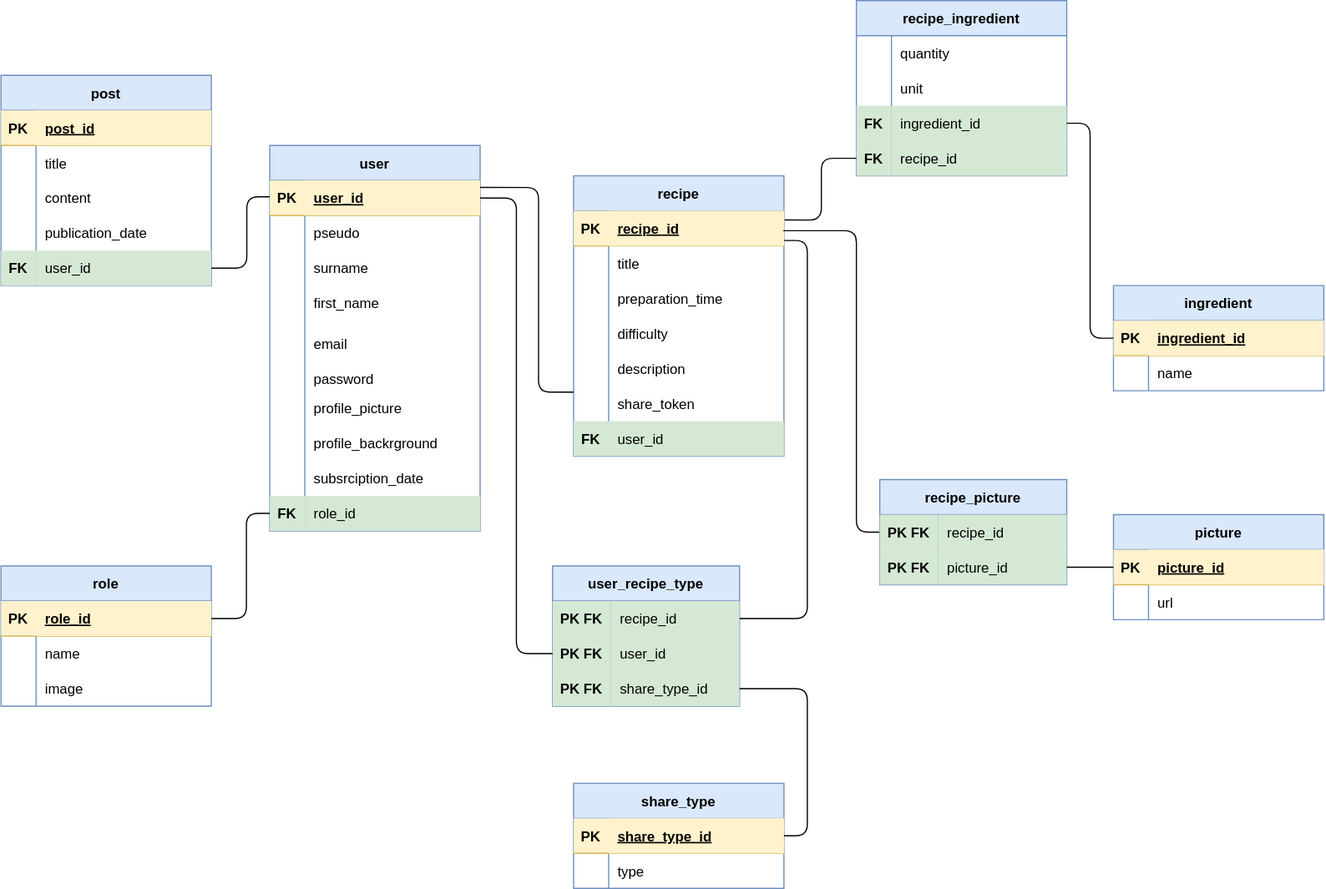
Before: code/server/merise/MLD_le_reseau_des_gourmets.drawio.svg, a diagram exported from draw.io (TigerSnowy/le_reseau_des_gourmets). Source tidied: cells renumbered, new cells last; positions are measured from the earlier drawing's top-left corner, leaving out a move shared by most shapes.
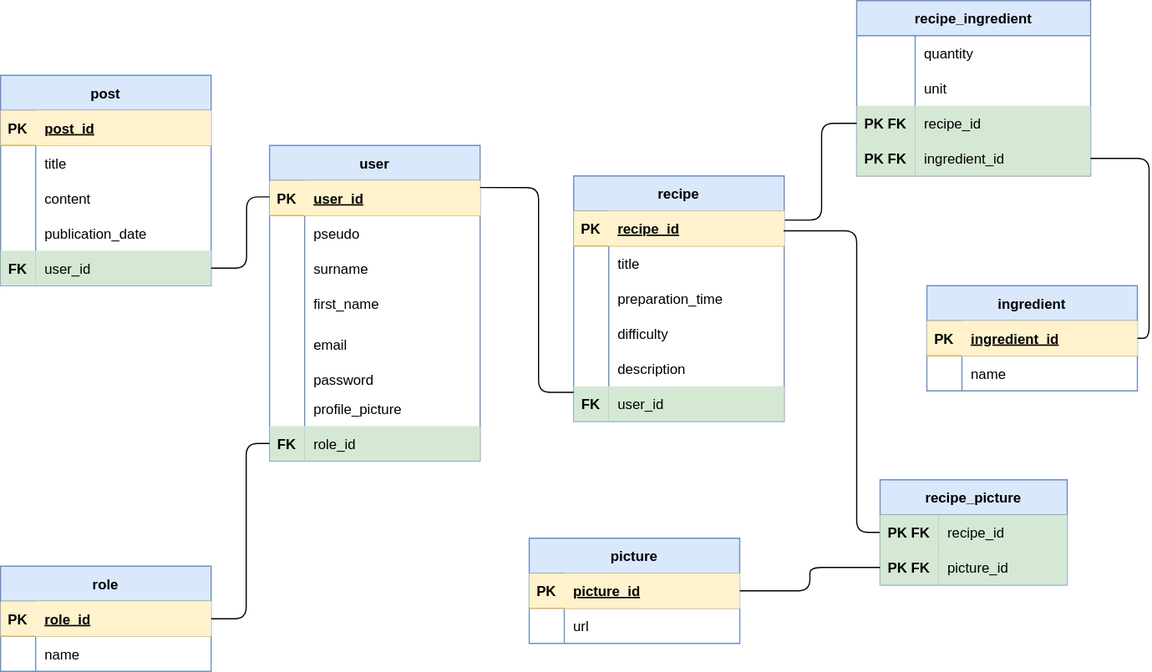
Above is the later version.

What changed in the source:
```diff
@@ -5,3 +5,3 @@
     <mxCell id="2" value="user" style="shape=table;startSize=30;rowLines=0;fontStyle=1;align=center;swimlaneFillColor=default;fillColor=#dae8fc;strokeColor=#6c8ebf;" parent="1" vertex="1">
-      <mxGeometry x="230" y="124" width="180" height="330" as="geometry" />
+      <mxGeometry x="230" y="124" width="180" height="270" as="geometry" />
     </mxCell>
@@ -70,22 +70,4 @@
     </mxCell>
-    <mxCell id="24" style="shape=tableRow;horizontal=0;startSize=0;swimlaneHead=0;swimlaneBody=0;fillColor=none;top=0;left=0;right=0;bottom=0;" parent="2" vertex="1">
-      <mxGeometry y="240" width="180" height="30" as="geometry" />
-    </mxCell>
-    <mxCell id="25" style="shape=partialRectangle;fillColor=none;top=0;left=0;bottom=0;right=0;overflow=hidden;" parent="24" vertex="1">
-      <mxGeometry width="30" height="30" as="geometry" />
-    </mxCell>
-    <mxCell id="26" value="profile_backrground" style="shape=partialRectangle;fillColor=none;top=0;left=0;bottom=0;right=0;align=left;spacingLeft=6;overflow=hidden;" parent="24" vertex="1">
-      <mxGeometry x="30" width="150" height="30" as="geometry" />
-    </mxCell>
-    <mxCell id="27" style="shape=tableRow;horizontal=0;startSize=0;swimlaneHead=0;swimlaneBody=0;fillColor=none;top=0;left=0;right=0;bottom=0;" parent="2" vertex="1">
-      <mxGeometry y="270" width="180" height="30" as="geometry" />
-    </mxCell>
-    <mxCell id="28" style="shape=partialRectangle;fillColor=none;top=0;left=0;bottom=0;right=0;overflow=hidden;" parent="27" vertex="1">
-      <mxGeometry width="30" height="30" as="geometry" />
-    </mxCell>
-    <mxCell id="29" value="subsrciption_date" style="shape=partialRectangle;fillColor=none;top=0;left=0;bottom=0;right=0;align=left;spacingLeft=6;overflow=hidden;" parent="27" vertex="1">
-      <mxGeometry x="30" width="150" height="30" as="geometry" />
-    </mxCell>
     <mxCell id="30" style="shape=tableRow;horizontal=0;startSize=0;swimlaneHead=0;swimlaneBody=0;fillColor=none;points=[[0,0.5],[1,0.5]];portConstraint=eastwest;top=0;left=0;right=0;bottom=0;" parent="2" vertex="1">
-      <mxGeometry y="300" width="180" height="30" as="geometry" />
+      <mxGeometry y="240" width="180" height="30" as="geometry" />
     </mxCell>
@@ -98,3 +80,3 @@
     <mxCell id="33" value="recipe" style="shape=table;startSize=30;rowLines=0;fontStyle=1;align=center;swimlaneFillColor=default;fillColor=#dae8fc;strokeColor=#6c8ebf;" parent="1" vertex="1">
-      <mxGeometry x="490" y="150" width="180" height="240" as="geometry" />
+      <mxGeometry x="490" y="150" width="180" height="210" as="geometry" />
     </mxCell>
@@ -145,13 +127,4 @@
     </mxCell>
-    <mxCell id="49" style="shape=tableRow;horizontal=0;startSize=0;swimlaneHead=0;swimlaneBody=0;fillColor=none;top=0;left=0;right=0;bottom=0;" parent="33" vertex="1">
-      <mxGeometry y="180" width="180" height="30" as="geometry" />
-    </mxCell>
-    <mxCell id="50" style="shape=partialRectangle;fillColor=none;top=0;left=0;bottom=0;right=0;overflow=hidden;" parent="49" vertex="1">
-      <mxGeometry width="30" height="30" as="geometry" />
-    </mxCell>
-    <mxCell id="51" value="share_token" style="shape=partialRectangle;fillColor=none;top=0;left=0;bottom=0;right=0;align=left;spacingLeft=6;overflow=hidden;" parent="49" vertex="1">
-      <mxGeometry x="30" width="150" height="30" as="geometry" />
-    </mxCell>
     <mxCell id="52" style="shape=tableRow;horizontal=0;startSize=0;swimlaneHead=0;swimlaneBody=0;fillColor=none;top=0;left=0;right=0;bottom=0;" parent="33" vertex="1">
-      <mxGeometry y="210" width="180" height="30" as="geometry" />
+      <mxGeometry y="180" width="180" height="30" as="geometry" />
     </mxCell>
@@ -232,3 +205,3 @@
     <mxCell id="73" value="role" style="shape=table;startSize=30;rowLines=0;fontStyle=1;align=center;swimlaneFillColor=default;fillColor=#dae8fc;strokeColor=#6c8ebf;" parent="1" vertex="1">
-      <mxGeometry y="484" width="180" height="120" as="geometry" />
+      <mxGeometry y="484" width="180" height="90" as="geometry" />
     </mxCell>
@@ -252,11 +225,2 @@
     </mxCell>
-    <mxCell id="80" style="shape=tableRow;horizontal=0;startSize=0;swimlaneHead=0;swimlaneBody=0;fillColor=none;top=0;left=0;right=0;bottom=0;" parent="73" vertex="1">
-      <mxGeometry y="90" width="180" height="30" as="geometry" />
-    </mxCell>
-    <mxCell id="81" style="shape=partialRectangle;fillColor=none;top=0;left=0;bottom=0;right=0;overflow=hidden;" parent="80" vertex="1">
-      <mxGeometry width="30" height="30" as="geometry" />
-    </mxCell>
-    <mxCell id="82" value="image" style="shape=partialRectangle;fillColor=none;top=0;left=0;bottom=0;right=0;align=left;spacingLeft=6;overflow=hidden;" parent="80" vertex="1">
-      <mxGeometry x="30" width="150" height="30" as="geometry" />
-    </mxCell>
     <mxCell id="83" style="edgeStyle=orthogonalEdgeStyle;html=1;entryX=0;entryY=0.5;entryDx=0;entryDy=0;exitX=1;exitY=0.5;exitDx=0;exitDy=0;endArrow=none;endFill=0;" parent="1" edge="1" source="74" target="30">
@@ -265,3 +229,3 @@
           <mxPoint x="210" y="529" />
-          <mxPoint x="210" y="439" />
+          <mxPoint x="210" y="379" />
         </Array>
@@ -270,3 +234,3 @@
     <mxCell id="84" value="picture" style="shape=table;startSize=30;rowLines=0;fontStyle=1;align=center;swimlaneFillColor=default;fillColor=#dae8fc;strokeColor=#6c8ebf;" parent="1" vertex="1">
-      <mxGeometry x="952" y="440" width="180" height="90" as="geometry" />
+      <mxGeometry x="452" y="460" width="180" height="90" as="geometry" />
     </mxCell>
@@ -291,3 +255,3 @@
     <mxCell id="91" value="ingredient" style="shape=table;startSize=30;rowLines=0;fontStyle=1;align=center;swimlaneFillColor=default;fillColor=#dae8fc;strokeColor=#6c8ebf;" parent="1" vertex="1">
-      <mxGeometry x="952" y="244" width="180" height="90" as="geometry" />
+      <mxGeometry x="792" y="244" width="180" height="90" as="geometry" />
     </mxCell>
@@ -312,44 +276,44 @@
     <mxCell id="98" value="recipe_ingredient" style="shape=table;startSize=30;rowLines=0;fontStyle=1;align=center;swimlaneFillColor=default;fillColor=#dae8fc;strokeColor=#6c8ebf;" parent="1" vertex="1">
-      <mxGeometry x="732" width="180" height="150" as="geometry" />
+      <mxGeometry x="732" width="200" height="150" as="geometry" />
     </mxCell>
     <mxCell id="99" style="shape=tableRow;horizontal=0;startSize=0;swimlaneHead=0;swimlaneBody=0;fillColor=none;top=0;left=0;right=0;bottom=0;" parent="98" vertex="1">
-      <mxGeometry y="30" width="180" height="30" as="geometry" />
+      <mxGeometry y="30" width="200" height="30" as="geometry" />
     </mxCell>
     <mxCell id="100" style="shape=partialRectangle;fillColor=none;top=0;left=0;bottom=0;right=0;overflow=hidden;" parent="99" vertex="1">
-      <mxGeometry width="30" height="30" as="geometry" />
+      <mxGeometry width="50" height="30" as="geometry" />
     </mxCell>
     <mxCell id="101" value="quantity" style="shape=partialRectangle;fillColor=none;top=0;left=0;bottom=0;right=0;align=left;spacingLeft=6;overflow=hidden;" parent="99" vertex="1">
-      <mxGeometry x="30" width="150" height="30" as="geometry" />
+      <mxGeometry x="50" width="150" height="30" as="geometry" />
     </mxCell>
     <mxCell id="102" style="shape=tableRow;horizontal=0;startSize=0;swimlaneHead=0;swimlaneBody=0;fillColor=none;top=0;left=0;right=0;bottom=0;" parent="98" vertex="1">
-      <mxGeometry y="60" width="180" height="30" as="geometry" />
+      <mxGeometry y="60" width="200" height="30" as="geometry" />
     </mxCell>
     <mxCell id="103" style="shape=partialRectangle;fillColor=none;top=0;left=0;bottom=0;right=0;overflow=hidden;" parent="102" vertex="1">
-      <mxGeometry width="30" height="30" as="geometry" />
+      <mxGeometry width="50" height="30" as="geometry" />
     </mxCell>
     <mxCell id="104" value="unit" style="shape=partialRectangle;fillColor=none;top=0;left=0;bottom=0;right=0;align=left;spacingLeft=6;overflow=hidden;" parent="102" vertex="1">
-      <mxGeometry x="30" width="150" height="30" as="geometry" />
+      <mxGeometry x="50" width="150" height="30" as="geometry" />
     </mxCell>
+    <mxCell id="108" style="shape=tableRow;horizontal=0;startSize=0;swimlaneHead=0;swimlaneBody=0;fillColor=none;points=[[0,0.5],[1,0.5]];portConstraint=eastwest;top=0;left=0;right=0;bottom=0;" parent="98" vertex="1">
+      <mxGeometry y="90" width="200" height="30" as="geometry" />
+    </mxCell>
+    <mxCell id="109" value="PK FK" style="shape=partialRectangle;fillColor=#d5e8d4;top=0;left=0;bottom=0;right=0;overflow=hidden;strokeColor=#82b366;fontStyle=1;" parent="108" vertex="1">
+      <mxGeometry width="50" height="30" as="geometry" />
+    </mxCell>
+    <mxCell id="110" value="recipe_id" style="shape=partialRectangle;fillColor=#d5e8d4;top=0;left=0;bottom=0;right=0;align=left;spacingLeft=6;overflow=hidden;strokeColor=#82b366;" parent="108" vertex="1">
+      <mxGeometry x="50" width="150" height="30" as="geometry" />
+    </mxCell>
     <mxCell id="105" style="shape=tableRow;horizontal=0;startSize=0;swimlaneHead=0;swimlaneBody=0;fillColor=none;points=[[0,0.5],[1,0.5]];portConstraint=eastwest;top=0;left=0;right=0;bottom=0;" parent="98" vertex="1">
-      <mxGeometry y="90" width="180" height="30" as="geometry" />
+      <mxGeometry y="120" width="200" height="30" as="geometry" />
     </mxCell>
-    <mxCell id="106" value="FK" style="shape=partialRectangle;fillColor=#d5e8d4;top=0;left=0;bottom=0;right=0;overflow=hidden;strokeColor=#82b366;fontStyle=1;" parent="105" vertex="1">
-      <mxGeometry width="30" height="30" as="geometry" />
+    <mxCell id="106" value="PK FK" style="shape=partialRectangle;fillColor=#d5e8d4;top=0;left=0;bottom=0;right=0;overflow=hidden;strokeColor=#82b366;fontStyle=1;" parent="105" vertex="1">
+      <mxGeometry width="50" height="30" as="geometry" />
     </mxCell>
     <mxCell id="107" value="ingredient_id" style="shape=partialRectangle;fillColor=#d5e8d4;top=0;left=0;bottom=0;right=0;align=left;spacingLeft=6;overflow=hidden;strokeColor=#82b366;" parent="105" vertex="1">
-      <mxGeometry x="30" width="150" height="30" as="geometry" />
+      <mxGeometry x="50" width="150" height="30" as="geometry" />
     </mxCell>
-    <mxCell id="108" style="shape=tableRow;horizontal=0;startSize=0;swimlaneHead=0;swimlaneBody=0;fillColor=none;points=[[0,0.5],[1,0.5]];portConstraint=eastwest;top=0;left=0;right=0;bottom=0;" parent="98" vertex="1">
-      <mxGeometry y="120" width="180" height="30" as="geometry" />
-    </mxCell>
-    <mxCell id="109" value="FK" style="shape=partialRectangle;fillColor=#d5e8d4;top=0;left=0;bottom=0;right=0;overflow=hidden;strokeColor=#82b366;fontStyle=1;" parent="108" vertex="1">
-      <mxGeometry width="30" height="30" as="geometry" />
-    </mxCell>
-    <mxCell id="110" value="recipe_id" style="shape=partialRectangle;fillColor=#d5e8d4;top=0;left=0;bottom=0;right=0;align=left;spacingLeft=6;overflow=hidden;strokeColor=#82b366;" parent="108" vertex="1">
-      <mxGeometry x="30" width="150" height="30" as="geometry" />
-    </mxCell>
-    <mxCell id="111" style="edgeStyle=orthogonalEdgeStyle;html=1;entryX=1.003;entryY=0.261;entryDx=0;entryDy=0;entryPerimeter=0;startArrow=none;startFill=0;endArrow=none;endFill=0;" parent="1" edge="1" source="108" target="34">
+    <mxCell id="111" style="edgeStyle=orthogonalEdgeStyle;html=1;entryX=1.003;entryY=0.261;entryDx=0;entryDy=0;entryPerimeter=0;startArrow=none;startFill=0;endArrow=none;endFill=0;exitX=0;exitY=0.5;exitDx=0;exitDy=0;" parent="1" edge="1" source="108" target="34">
       <mxGeometry relative="1" as="geometry">
         <Array as="points">
-          <mxPoint x="702" y="135" />
+          <mxPoint x="702" y="105" />
           <mxPoint x="702" y="188" />
@@ -388,10 +352,15 @@
     </mxCell>
-    <mxCell id="120" style="edgeStyle=orthogonalEdgeStyle;html=1;entryX=1;entryY=0.5;entryDx=0;entryDy=0;endArrow=none;endFill=0;" parent="1" edge="1" source="85" target="117">
-      <mxGeometry relative="1" as="geometry" />
+    <mxCell id="120" style="edgeStyle=orthogonalEdgeStyle;html=1;entryX=0;entryY=0.5;entryDx=0;entryDy=0;endArrow=none;endFill=0;" parent="1" edge="1" source="85" target="117">
+      <mxGeometry relative="1" as="geometry">
+        <Array as="points">
+          <mxPoint x="692" y="505" />
+          <mxPoint x="692" y="485" />
+        </Array>
+      </mxGeometry>
     </mxCell>
-    <mxCell id="121" style="edgeStyle=orthogonalEdgeStyle;rounded=1;jettySize=auto;html=1;entryX=0;entryY=0.5;entryDx=0;entryDy=0;endArrow=none;endFill=0;curved=0;" parent="1" edge="1" source="105" target="92">
+    <mxCell id="121" style="edgeStyle=orthogonalEdgeStyle;rounded=1;jettySize=auto;html=1;entryX=1;entryY=0.5;entryDx=0;entryDy=0;endArrow=none;endFill=0;curved=0;exitX=1;exitY=0.5;exitDx=0;exitDy=0;" parent="1" edge="1" source="105" target="92">
       <mxGeometry relative="1" as="geometry">
         <Array as="points">
-          <mxPoint x="932" y="105" />
-          <mxPoint x="932" y="289" />
+          <mxPoint x="982" y="135" />
+          <mxPoint x="982" y="289" />
         </Array>
@@ -399,62 +368,2 @@
     </mxCell>
-    <mxCell id="122" value="share_type" style="shape=table;startSize=30;rowLines=0;fontStyle=1;align=center;swimlaneFillColor=default;fillColor=#dae8fc;strokeColor=#6c8ebf;" parent="1" vertex="1">
-      <mxGeometry x="490" y="670" width="180" height="90" as="geometry" />
-    </mxCell>
-    <mxCell id="123" style="shape=tableRow;horizontal=0;startSize=0;swimlaneHead=0;swimlaneBody=0;fillColor=#fff2cc;points=[[0,0.5],[1,0.5]];portConstraint=eastwest;top=0;left=0;right=0;bottom=1;strokeColor=#d6b656;" parent="122" vertex="1">
-      <mxGeometry y="30" width="180" height="30" as="geometry" />
-    </mxCell>
-    <mxCell id="124" value="PK" style="shape=partialRectangle;fillColor=none;top=0;left=0;bottom=0;right=0;fontStyle=1;overflow=hidden;" parent="123" vertex="1">
-      <mxGeometry width="30" height="30" as="geometry" />
-    </mxCell>
-    <mxCell id="125" value="share_type_id" style="shape=partialRectangle;fillColor=#fff2cc;top=0;left=0;bottom=0;right=0;align=left;spacingLeft=6;fontStyle=5;overflow=hidden;strokeColor=#d6b656;" parent="123" vertex="1">
-      <mxGeometry x="30" width="150" height="30" as="geometry" />
-    </mxCell>
-    <mxCell id="126" style="shape=tableRow;horizontal=0;startSize=0;swimlaneHead=0;swimlaneBody=0;fillColor=none;top=0;left=0;right=0;bottom=0;" parent="122" vertex="1">
-      <mxGeometry y="60" width="180" height="30" as="geometry" />
-    </mxCell>
-    <mxCell id="127" style="shape=partialRectangle;fillColor=none;top=0;left=0;bottom=0;right=0;overflow=hidden;" parent="126" vertex="1">
-      <mxGeometry width="30" height="30" as="geometry" />
-    </mxCell>
-    <mxCell id="128" value="type" style="shape=partialRectangle;fillColor=none;top=0;left=0;bottom=0;right=0;align=left;spacingLeft=6;overflow=hidden;" parent="126" vertex="1">
-      <mxGeometry x="30" width="150" height="30" as="geometry" />
-    </mxCell>
-    <mxCell id="129" value="user_recipe_type" style="shape=table;startSize=30;rowLines=0;fontStyle=1;align=center;swimlaneFillColor=default;fillColor=#dae8fc;strokeColor=#6c8ebf;" parent="1" vertex="1">
-      <mxGeometry x="472" y="484" width="160" height="120" as="geometry" />
-    </mxCell>
-    <mxCell id="130" style="shape=tableRow;horizontal=0;startSize=0;swimlaneHead=0;swimlaneBody=0;fillColor=none;points=[[0,0.5],[1,0.5]];portConstraint=eastwest;top=0;left=0;right=0;bottom=0;" parent="129" vertex="1">
-      <mxGeometry y="30" width="160" height="30" as="geometry" />
-    </mxCell>
-    <mxCell id="131" value="PK FK" style="shape=partialRectangle;fillColor=#d5e8d4;top=0;left=0;bottom=0;right=0;overflow=hidden;strokeColor=#82b366;fontStyle=1;" parent="130" vertex="1">
-      <mxGeometry width="50" height="30" as="geometry" />
-    </mxCell>
-    <mxCell id="132" value="recipe_id" style="shape=partialRectangle;fillColor=#d5e8d4;top=0;left=0;bottom=0;right=0;align=left;spacingLeft=6;overflow=hidden;strokeColor=#82b366;" parent="130" vertex="1">
-      <mxGeometry x="50" width="110" height="30" as="geometry" />
-    </mxCell>
-    <mxCell id="133" style="shape=tableRow;horizontal=0;startSize=0;swimlaneHead=0;swimlaneBody=0;fillColor=none;points=[[0,0.5],[1,0.5]];portConstraint=eastwest;top=0;left=0;right=0;bottom=0;" parent="129" vertex="1">
-      <mxGeometry y="60" width="160" height="30" as="geometry" />
-    </mxCell>
-    <mxCell id="134" value="PK FK" style="shape=partialRectangle;fillColor=#d5e8d4;top=0;left=0;bottom=0;right=0;overflow=hidden;strokeColor=#82b366;fontStyle=1;" parent="133" vertex="1">
-      <mxGeometry width="50" height="30" as="geometry" />
-    </mxCell>
-    <mxCell id="135" value="user_id" style="shape=partialRectangle;fillColor=#d5e8d4;top=0;left=0;bottom=0;right=0;align=left;spacingLeft=6;overflow=hidden;strokeColor=#82b366;" parent="133" vertex="1">
-      <mxGeometry x="50" width="110" height="30" as="geometry" />
-    </mxCell>
-    <mxCell id="136" style="shape=tableRow;horizontal=0;startSize=0;swimlaneHead=0;swimlaneBody=0;fillColor=none;points=[[0,0.5],[1,0.5]];portConstraint=eastwest;top=0;left=0;right=0;bottom=0;" parent="129" vertex="1">
-      <mxGeometry y="90" width="160" height="30" as="geometry" />
-    </mxCell>
-    <mxCell id="137" value="PK FK" style="shape=partialRectangle;fillColor=#d5e8d4;top=0;left=0;bottom=0;right=0;overflow=hidden;strokeColor=#82b366;fontStyle=1;" parent="136" vertex="1">
-      <mxGeometry width="50" height="30" as="geometry" />
-    </mxCell>
-    <mxCell id="138" value="share_type_id" style="shape=partialRectangle;fillColor=#d5e8d4;top=0;left=0;bottom=0;right=0;align=left;spacingLeft=6;overflow=hidden;strokeColor=#82b366;" parent="136" vertex="1">
-      <mxGeometry x="50" width="110" height="30" as="geometry" />
-    </mxCell>
-    <mxCell id="139" style="edgeStyle=orthogonalEdgeStyle;rounded=1;jettySize=auto;html=1;endArrow=none;endFill=0;" parent="1" edge="1" source="3" target="133">
-      <mxGeometry relative="1" as="geometry" />
-    </mxCell>
-    <mxCell id="140" style="edgeStyle=orthogonalEdgeStyle;rounded=1;jettySize=auto;html=1;entryX=1.001;entryY=0.845;entryDx=0;entryDy=0;entryPerimeter=0;endArrow=none;endFill=0;curved=0;" parent="1" edge="1" source="130" target="34">
-      <mxGeometry relative="1" as="geometry" />
-    </mxCell>
-    <mxCell id="141" style="edgeStyle=orthogonalEdgeStyle;rounded=1;jettySize=auto;html=1;entryX=1;entryY=0.5;entryDx=0;entryDy=0;endArrow=none;endFill=0;curved=0;" parent="1" edge="1" source="136" target="123">
-      <mxGeometry relative="1" as="geometry" />
-    </mxCell>
   </root>
```
